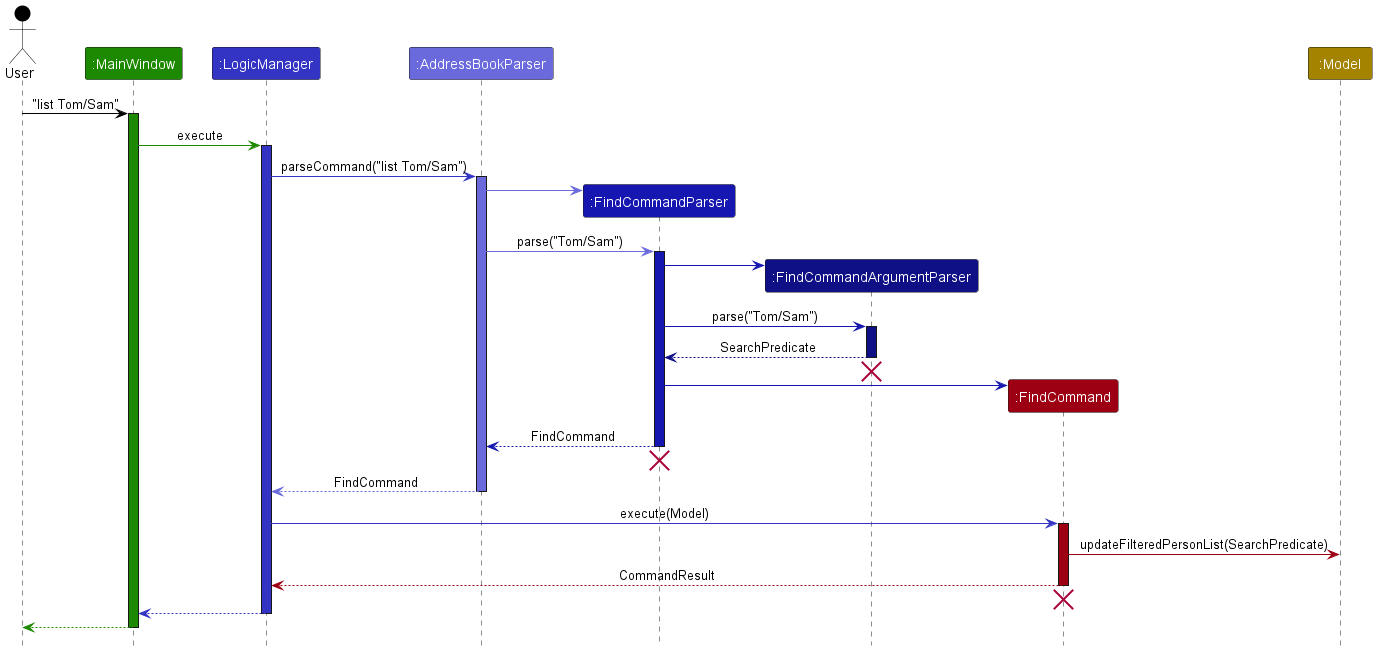
Before: docs/images/FindCommandSequenceDiagram.png, a diagram exported from PlantUML (nus-cs2103-AY2324S1/tp).
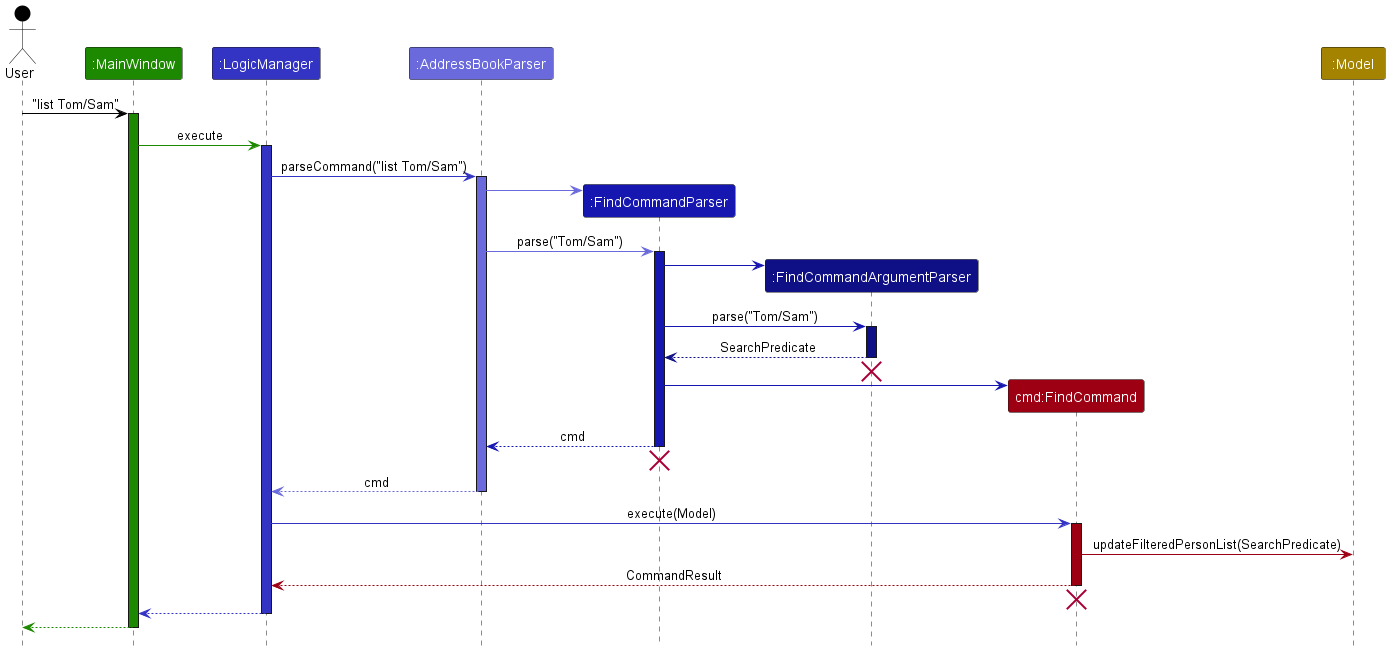
Above is the later version.

Commit message:
Add info note about lifelines and crosses in puml, edit seq diagram

Change to the diagram source:
```diff
@@ -8,7 +8,7 @@
 Participant ":AddressBookParser" as abp LOGIC_COLOR_T2
 Participant ":FindCommandParser" as fcp LOGIC_COLOR_T3
 Participant ":FindCommandArgumentParser" as argp LOGIC_COLOR_T4
-Participant ":FindCommand" as cmd MODEL_COLOR
+Participant "cmd:FindCommand" as cmd MODEL_COLOR
 Participant ":Model" as model STORAGE_COLOR
 
 user -[USER_COLOR]> mw : "list Tom/Sam"
@@ -40,12 +40,12 @@
 create cmd
 fcp -[LOGIC_COLOR_T3]> cmd
 
-fcp --[LOGIC_COLOR_T3]-> abp : FindCommand
+fcp --[LOGIC_COLOR_T3]-> abp : cmd
 deactivate fcp LOGIC_COLOR_T3
 fcp -[hidden]-> abp
 destroy fcp
 
-abp --[LOGIC_COLOR_T2]-> lm : FindCommand
+abp --[LOGIC_COLOR_T2]-> lm : cmd
 deactivate abp LOGIC_COLOR_T2
 
 lm -[LOGIC_COLOR]> cmd : execute(Model)
```
